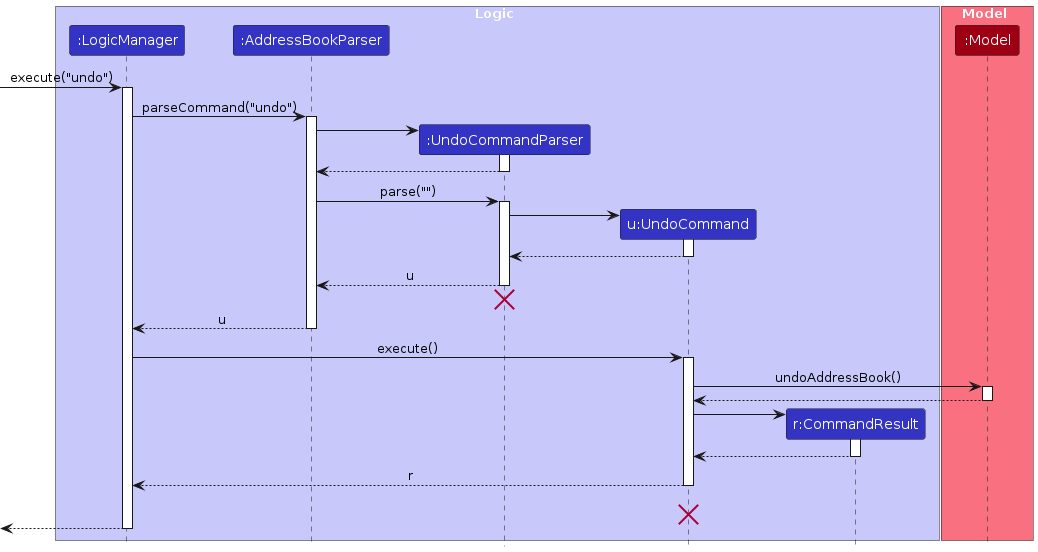
Earlier version of the PlantUML export diagrams/UndoSequenceDiagram-Logic.png (AY2526S2-CS2103T-W13-2/tp). Its source is kept beside it as diagrams/UndoSequenceDiagram-Logic.puml.
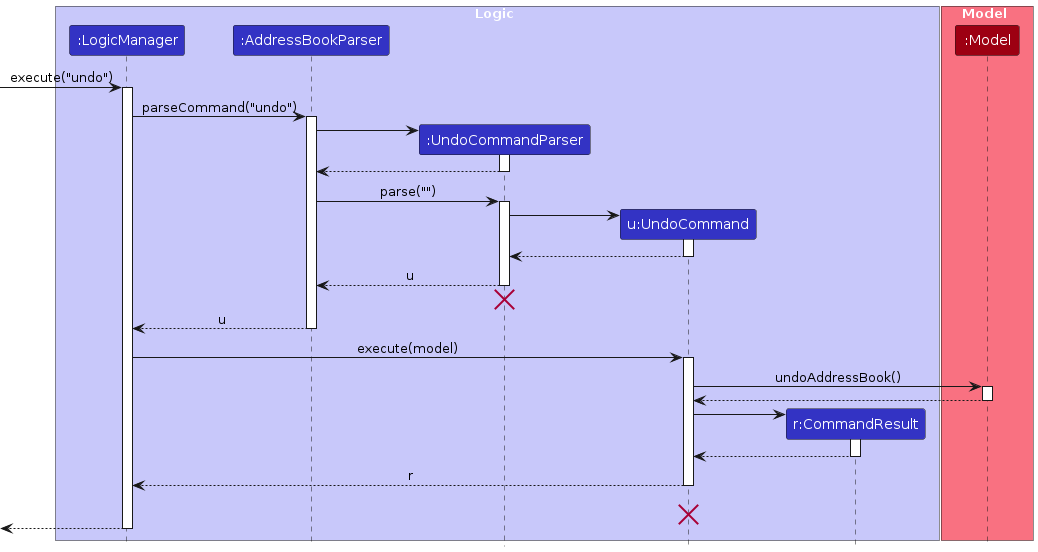
Later version of the same file.

The edit, as a diff of the source:
```diff
@@ -45,7 +45,7 @@
 AddressBookParser --> LogicManager : u
 deactivate AddressBookParser
 
-LogicManager -> UndoCommand : execute()
+LogicManager -> UndoCommand : execute(model)
 activate UndoCommand
 
 UndoCommand -> Model : undoAddressBook()
```
